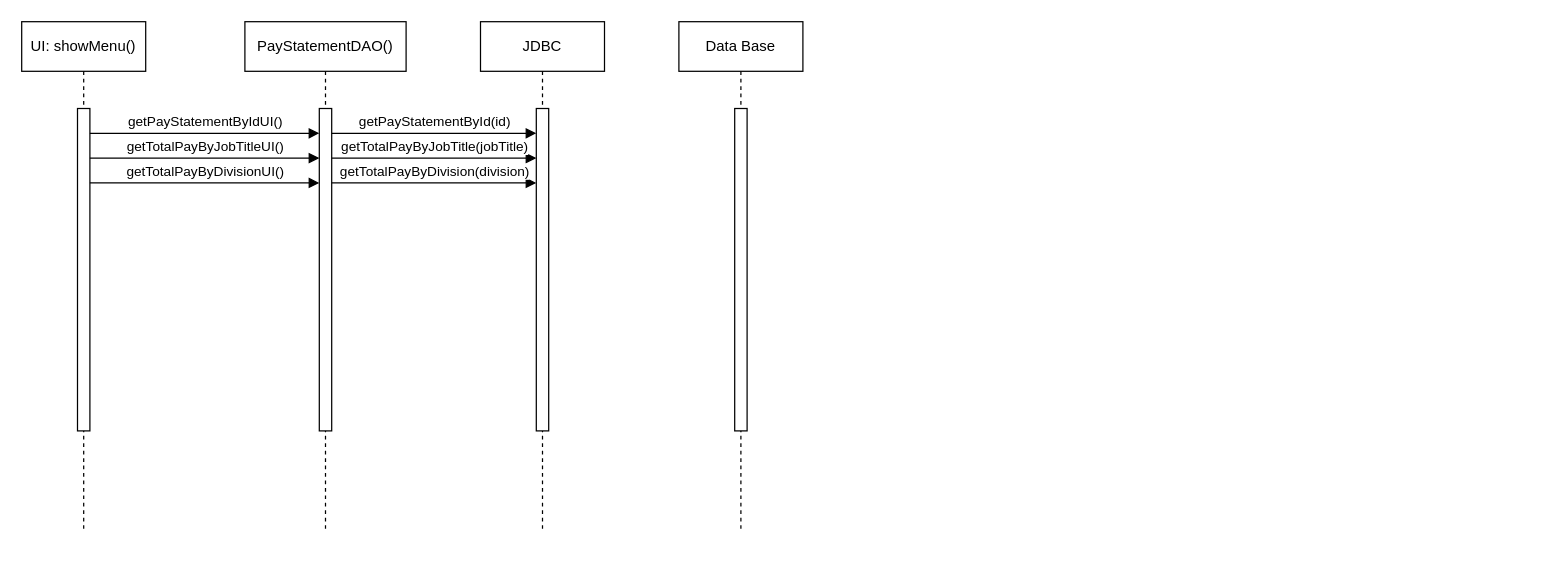
linnypham/CSC3350_project keeps this draw.io diagram as Diagram/SequenceDiagram2.drawio. Above is the earlier version. Source tidied: cells renumbered, new cells numbered last; positions are measured from the earlier drawing's top-left corner, leaving out a move shared by most shapes. Both pictures are drawn from the tidied source at 124%, with x=0, y=0 at pixel (21, 21).
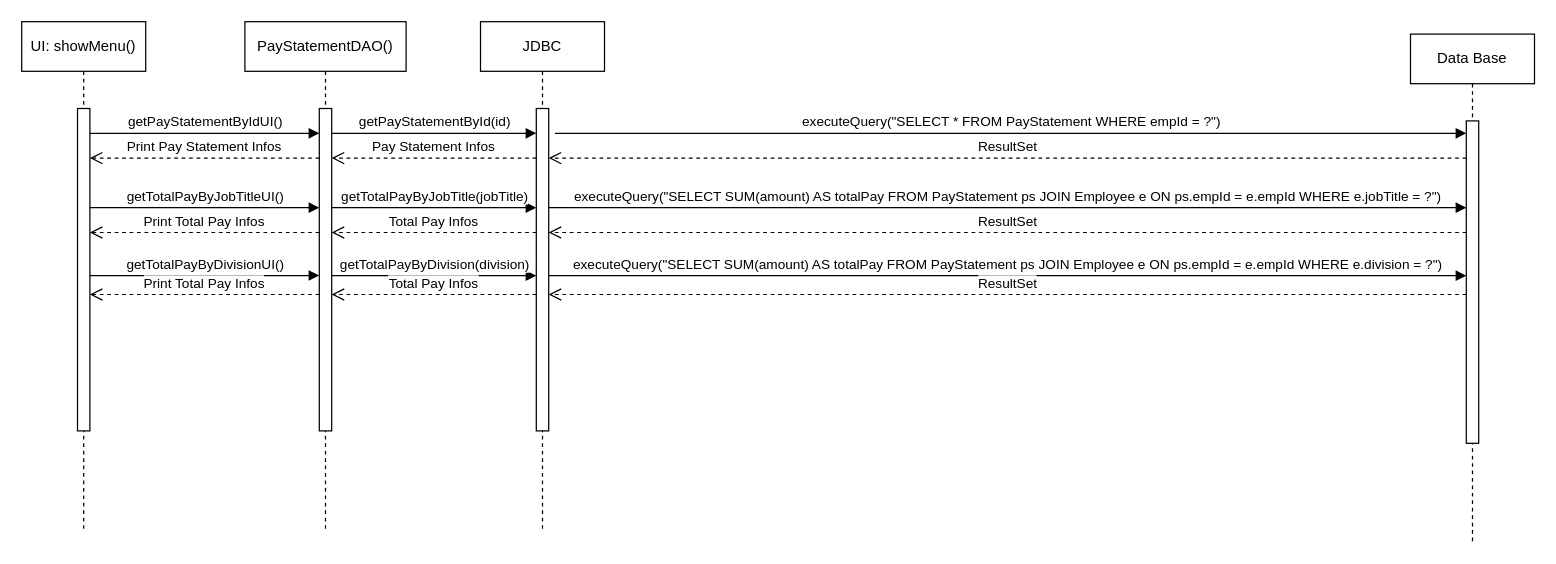
Above is the later version.

The change refers to these unchanged cells:
```xml
<mxCell id="3" style="html=1;points=[];perimeter=orthogonalPerimeter;outlineConnect=0;targetShapes=umlLifeline;portConstraint=eastwest;newEdgeStyle={&quot;edgeStyle&quot;:&quot;elbowEdgeStyle&quot;,&quot;elbow&quot;:&quot;vertical&quot;,&quot;curved&quot;:0,&quot;rounded&quot;:0};" parent="2" vertex="1">
  <mxGeometry x="45" y="70" width="10" height="260" as="geometry" />
</mxCell>
<mxCell id="5" style="html=1;points=[];perimeter=orthogonalPerimeter;outlineConnect=0;targetShapes=umlLifeline;portConstraint=eastwest;newEdgeStyle={&quot;edgeStyle&quot;:&quot;elbowEdgeStyle&quot;,&quot;elbow&quot;:&quot;vertical&quot;,&quot;curved&quot;:0,&quot;rounded&quot;:0};" parent="4" vertex="1">
  <mxGeometry x="60" y="70" width="10" height="260" as="geometry" />
</mxCell>
<mxCell id="7" style="html=1;points=[];perimeter=orthogonalPerimeter;outlineConnect=0;targetShapes=umlLifeline;portConstraint=eastwest;newEdgeStyle={&quot;edgeStyle&quot;:&quot;elbowEdgeStyle&quot;,&quot;elbow&quot;:&quot;vertical&quot;,&quot;curved&quot;:0,&quot;rounded&quot;:0};" parent="6" vertex="1">
  <mxGeometry x="45" y="70" width="10" height="260" as="geometry" />
</mxCell>
<mxCell id="15" style="html=1;points=[];perimeter=orthogonalPerimeter;outlineConnect=0;targetShapes=umlLifeline;portConstraint=eastwest;newEdgeStyle={&quot;edgeStyle&quot;:&quot;elbowEdgeStyle&quot;,&quot;elbow&quot;:&quot;vertical&quot;,&quot;curved&quot;:0,&quot;rounded&quot;:0};" parent="14" vertex="1">
  <mxGeometry x="45" y="70" width="10" height="260" as="geometry" />
</mxCell>
```

Diff of the diagram source:
```diff
@@
     <mxCell id="9" value="getTotalPayByJobTitleUI()" style="html=1;verticalAlign=bottom;endArrow=block;edgeStyle=elbowEdgeStyle;elbow=vertical;curved=0;rounded=0;" parent="1" edge="1">
       <mxGeometry relative="1" as="geometry">
-        <mxPoint x="55" y="110" as="sourcePoint" />
-        <mxPoint x="240" y="110" as="targetPoint" />
+        <mxPoint x="55" y="150" as="sourcePoint" />
+        <mxPoint x="240" y="150" as="targetPoint" />
         <Array as="points">
-          <mxPoint x="185" y="110" />
+          <mxPoint x="185" y="150" />
         </Array>
       </mxGeometry>
     </mxCell>
     <mxCell id="10" value="getTotalPayByDivisionUI()" style="html=1;verticalAlign=bottom;endArrow=block;edgeStyle=elbowEdgeStyle;elbow=vertical;curved=0;rounded=0;" parent="1" edge="1">
       <mxGeometry relative="1" as="geometry">
-        <mxPoint x="55" y="130" as="sourcePoint" />
-        <mxPoint x="240" y="130" as="targetPoint" />
+        <mxPoint x="55" y="204.7" as="sourcePoint" />
+        <mxPoint x="240" y="204.7" as="targetPoint" />
         <Array as="points">
-          <mxPoint x="180" y="130" />
+          <mxPoint x="180" y="204.7" />
         </Array>
       </mxGeometry>
     </mxCell>
@@
     <mxCell id="12" value="getTotalPayByJobTitle(jobTitle)" style="html=1;verticalAlign=bottom;endArrow=block;edgeStyle=elbowEdgeStyle;elbow=vertical;curved=0;rounded=0;" parent="1" edge="1">
       <mxGeometry relative="1" as="geometry">
-        <mxPoint x="250" y="110" as="sourcePoint" />
-        <mxPoint x="415" y="110" as="targetPoint" />
+        <mxPoint x="250" y="150" as="sourcePoint" />
+        <mxPoint x="415" y="150" as="targetPoint" />
         <Array as="points">
-          <mxPoint x="330" y="110" />
+          <mxPoint x="330" y="150" />
         </Array>
       </mxGeometry>
     </mxCell>
     <mxCell id="13" value="getTotalPayByDivision(division)" style="html=1;verticalAlign=bottom;endArrow=block;edgeStyle=elbowEdgeStyle;elbow=vertical;curved=0;rounded=0;" parent="1" edge="1">
       <mxGeometry relative="1" as="geometry">
-        <mxPoint x="250" y="130" as="sourcePoint" />
-        <mxPoint x="415" y="130" as="targetPoint" />
+        <mxPoint x="250" y="204.8" as="sourcePoint" />
+        <mxPoint x="415" y="204.8" as="targetPoint" />
         <Array as="points">
-          <mxPoint x="325" y="130" />
+          <mxPoint x="325" y="204.8" />
         </Array>
       </mxGeometry>
     </mxCell>
     <mxCell id="14" value="Data Base" style="shape=umlLifeline;perimeter=lifelinePerimeter;whiteSpace=wrap;html=1;newEdgeStyle={&quot;edgeStyle&quot;:&quot;elbowEdgeStyle&quot;,&quot;elbow&quot;:&quot;vertical&quot;,&quot;curved&quot;:0,&quot;rounded&quot;:0};size=40;" parent="1" vertex="1">
-      <mxGeometry x="530" width="100" height="410" as="geometry" />
+      <mxGeometry x="1120" y="10" width="100" height="410" as="geometry" />
     </mxCell>
@@
+    <mxCell id="16" value="Pay Statement Infos" style="html=1;verticalAlign=bottom;endArrow=open;dashed=1;endSize=8;edgeStyle=elbowEdgeStyle;elbow=vertical;curved=0;rounded=0;" parent="1" edge="1" source="7" target="5">
+      <mxGeometry relative="1" as="geometry">
+        <Array as="points">
+          <mxPoint x="330" y="110" />
+        </Array>
+      </mxGeometry>
+    </mxCell>
+    <mxCell id="17" value="Print Pay Statement Infos" style="html=1;verticalAlign=bottom;endArrow=open;dashed=1;endSize=8;edgeStyle=elbowEdgeStyle;elbow=vertical;curved=0;rounded=0;" parent="1" edge="1" target="3">
+      <mxGeometry relative="1" as="geometry">
+        <mxPoint x="240" y="110" as="sourcePoint" />
+        <Array as="points">
+          <mxPoint x="140" y="110" />
+        </Array>
+      </mxGeometry>
+    </mxCell>
+    <mxCell id="18" value="executeQuery(&quot;SELECT * FROM PayStatement WHERE empId = ?&quot;)" style="html=1;verticalAlign=bottom;endArrow=block;edgeStyle=elbowEdgeStyle;elbow=vertical;curved=0;rounded=0;exitX=1.5;exitY=0.077;exitDx=0;exitDy=0;exitPerimeter=0;" parent="1" edge="1" source="7" target="15">
+      <mxGeometry relative="1" as="geometry">
+        <Array as="points">
+          <mxPoint x="420" y="90" />
+        </Array>
+      </mxGeometry>
+    </mxCell>
+    <mxCell id="19" value="ResultSet" style="html=1;verticalAlign=bottom;endArrow=open;dashed=1;endSize=8;edgeStyle=elbowEdgeStyle;elbow=vertical;curved=0;rounded=0;" parent="1" edge="1" source="15" target="7">
+      <mxGeometry relative="1" as="geometry">
+        <Array as="points">
+          <mxPoint x="520" y="110" />
+        </Array>
+      </mxGeometry>
+    </mxCell>
+    <mxCell id="20" value="Total Pay Infos" style="html=1;verticalAlign=bottom;endArrow=open;dashed=1;endSize=8;edgeStyle=elbowEdgeStyle;elbow=vertical;curved=0;rounded=0;" parent="1" edge="1" source="7" target="5">
+      <mxGeometry relative="1" as="geometry">
+        <Array as="points">
+          <mxPoint x="330" y="170" />
+        </Array>
+      </mxGeometry>
+    </mxCell>
+    <mxCell id="21" value="Print Total Pay Infos" style="html=1;verticalAlign=bottom;endArrow=open;dashed=1;endSize=8;edgeStyle=elbowEdgeStyle;elbow=vertical;curved=0;rounded=0;" parent="1" edge="1" target="3">
+      <mxGeometry relative="1" as="geometry">
+        <mxPoint x="240" y="170" as="sourcePoint" />
+        <Array as="points">
+          <mxPoint x="140" y="170" />
+        </Array>
+      </mxGeometry>
+    </mxCell>
+    <mxCell id="22" value="executeQuery(&quot;SELECT SUM(amount) AS totalPay FROM PayStatement ps JOIN Employee e ON ps.empId = e.empId WHERE e.jobTitle = ?&quot;)" style="html=1;verticalAlign=bottom;endArrow=block;edgeStyle=elbowEdgeStyle;elbow=vertical;curved=0;rounded=0;" parent="1" edge="1" source="7" target="15">
+      <mxGeometry relative="1" as="geometry">
+        <Array as="points">
+          <mxPoint x="470" y="150" />
+        </Array>
+      </mxGeometry>
+    </mxCell>
+    <mxCell id="23" value="ResultSet" style="html=1;verticalAlign=bottom;endArrow=open;dashed=1;endSize=8;edgeStyle=elbowEdgeStyle;elbow=vertical;curved=0;rounded=0;" parent="1" edge="1" source="15" target="7">
+      <mxGeometry relative="1" as="geometry">
+        <Array as="points">
+          <mxPoint x="520" y="170" />
+        </Array>
+      </mxGeometry>
+    </mxCell>
+    <mxCell id="24" value="executeQuery(&quot;SELECT SUM(amount) AS totalPay FROM PayStatement ps JOIN Employee e ON ps.empId = e.empId WHERE e.division = ?&quot;)" style="html=1;verticalAlign=bottom;endArrow=block;edgeStyle=elbowEdgeStyle;elbow=vertical;curved=0;rounded=0;" parent="1" edge="1" source="7" target="15">
+      <mxGeometry relative="1" as="geometry">
+        <Array as="points">
+          <mxPoint x="475" y="204.8" />
+        </Array>
+      </mxGeometry>
+    </mxCell>
+    <mxCell id="25" value="ResultSet" style="html=1;verticalAlign=bottom;endArrow=open;dashed=1;endSize=8;edgeStyle=elbowEdgeStyle;elbow=vertical;curved=0;rounded=0;" parent="1" edge="1" source="15">
+      <mxGeometry relative="1" as="geometry">
+        <mxPoint x="425" y="220" as="targetPoint" />
+        <Array as="points">
+          <mxPoint x="525" y="220" />
+        </Array>
+      </mxGeometry>
+    </mxCell>
+    <mxCell id="26" value="Total Pay Infos" style="html=1;verticalAlign=bottom;endArrow=open;dashed=1;endSize=8;edgeStyle=elbowEdgeStyle;elbow=vertical;curved=0;rounded=0;" parent="1" edge="1">
+      <mxGeometry relative="1" as="geometry">
+        <mxPoint x="415" y="220" as="sourcePoint" />
+        <mxPoint x="250" y="220" as="targetPoint" />
+        <Array as="points">
+          <mxPoint x="330" y="220" />
+        </Array>
+      </mxGeometry>
+    </mxCell>
+    <mxCell id="27" value="Print Total Pay Infos" style="html=1;verticalAlign=bottom;endArrow=open;dashed=1;endSize=8;edgeStyle=elbowEdgeStyle;elbow=vertical;curved=0;rounded=0;" parent="1" edge="1">
+      <mxGeometry relative="1" as="geometry">
+        <mxPoint x="240" y="220" as="sourcePoint" />
+        <mxPoint x="55" y="220" as="targetPoint" />
+        <Array as="points">
+          <mxPoint x="140" y="220" />
+        </Array>
+      </mxGeometry>
+    </mxCell>
```
